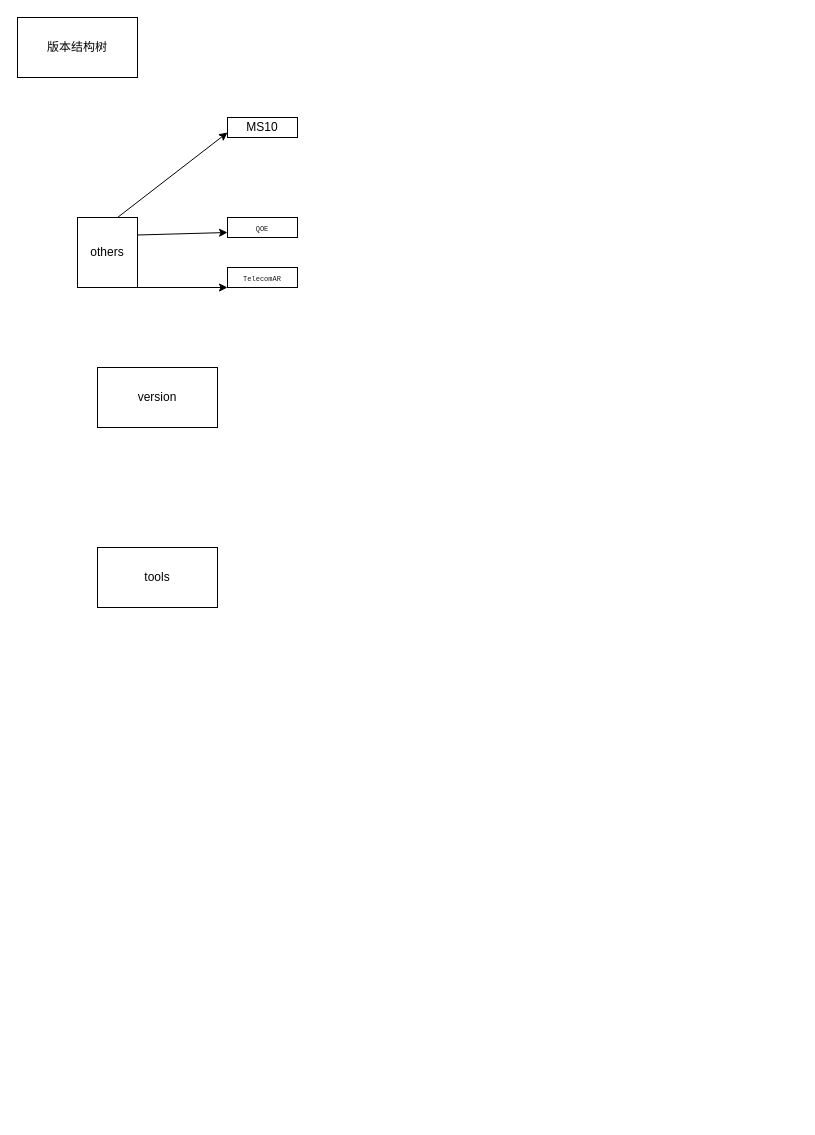
This is Untitled Diagram.drawio from xiaoyuanwu123/notes, a draw.io file, before an edit. Source tidied: cells renumbered, new cells numbered last; positions are measured from the earlier drawing's top-left corner, leaving out a move shared by most shapes. Both pictures are drawn from the tidied source at 100%, with x=0, y=0 at pixel (17, 17).
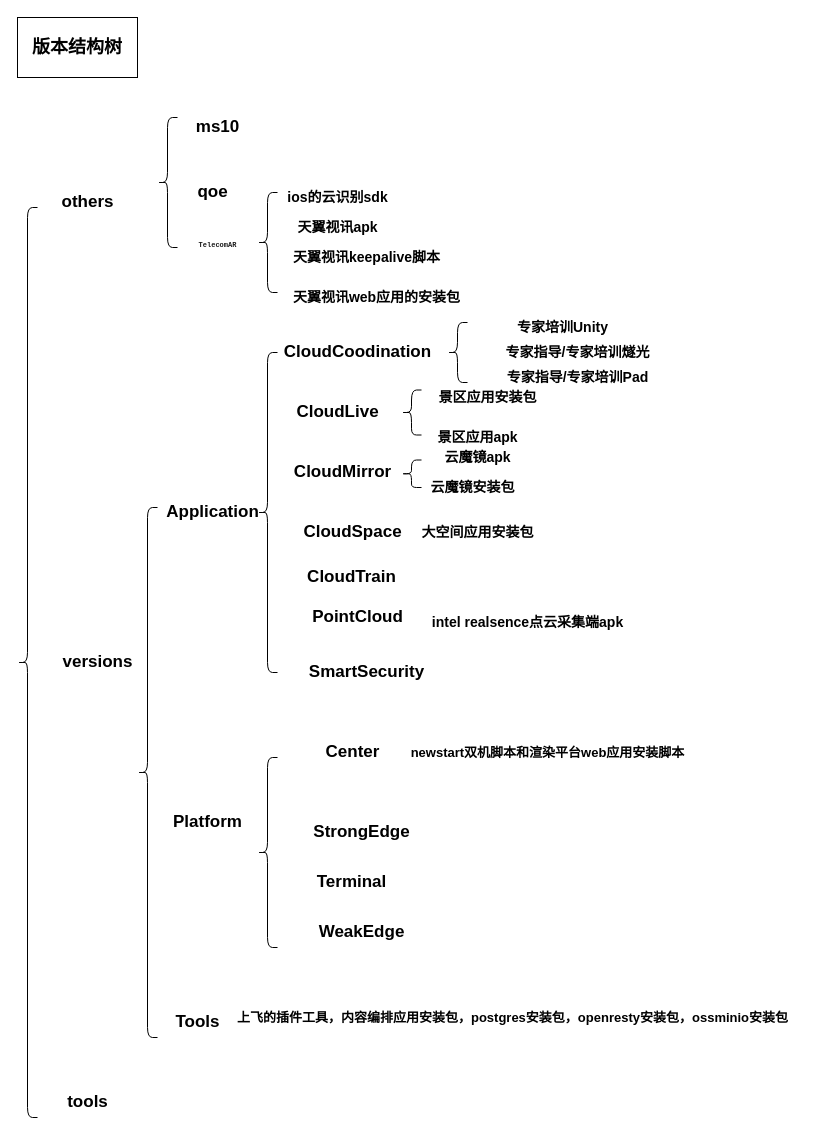
Above is the later version.

Change to the diagram source:
```diff
@@
-    <mxCell id="2" value="version" style="rounded=0;whiteSpace=wrap;html=1;" parent="1" vertex="1">
-      <mxGeometry x="80" y="350" width="120" height="60" as="geometry" />
-    </mxCell>
-    <mxCell id="3" value="版本结构树" style="rounded=0;whiteSpace=wrap;html=1;" parent="1" vertex="1">
+    <mxCell id="3" value="版本结构树" style="rounded=0;whiteSpace=wrap;html=1;fontStyle=1;fontSize=18;" parent="1" vertex="1">
       <mxGeometry width="120" height="60" as="geometry" />
     </mxCell>
+    <mxCell id="12" value="ios的云识别sdk" style="text;html=1;align=center;verticalAlign=middle;fillColor=none;strokeColor=none;rounded=0;fontStyle=1;fontSize=14;" parent="1" vertex="1">
+      <mxGeometry x="260" y="170" width="120" height="20" as="geometry" />
+    </mxCell>
+    <mxCell id="13" value="天翼视讯apk" style="text;html=1;align=center;verticalAlign=middle;fillColor=none;strokeColor=none;rounded=0;fontStyle=1;fontSize=14;" parent="1" vertex="1">
+      <mxGeometry x="270" y="200" width="100" height="20" as="geometry" />
+    </mxCell>
+    <mxCell id="14" value="天翼视讯keepalive脚本" style="text;html=1;align=center;verticalAlign=middle;fillColor=none;strokeColor=none;rounded=0;fontStyle=1;fontSize=14;" parent="1" vertex="1">
+      <mxGeometry x="269" y="230" width="160" height="20" as="geometry" />
+    </mxCell>
+    <mxCell id="15" value="天翼视讯web应用的安装包" style="text;html=1;align=center;verticalAlign=middle;fillColor=none;strokeColor=none;rounded=0;fontStyle=1;fontSize=14;" parent="1" vertex="1">
+      <mxGeometry x="269" y="270" width="180" height="20" as="geometry" />
+    </mxCell>
+    <mxCell id="16" style="shape=curlyBracket;whiteSpace=wrap;html=1;rounded=1;" parent="1" vertex="1">
+      <mxGeometry x="140" y="100" width="20" height="130" as="geometry" />
+    </mxCell>
+    <mxCell id="17" style="shape=curlyBracket;whiteSpace=wrap;html=1;rounded=1;size=0.5;" parent="1" vertex="1">
+      <mxGeometry x="240" y="175" width="20" height="100" as="geometry" />
+    </mxCell>
+    <mxCell id="18" style="shape=curlyBracket;whiteSpace=wrap;html=1;rounded=1;" parent="1" vertex="1">
+      <mxGeometry y="190" width="20" height="910" as="geometry" />
+    </mxCell>
+    <mxCell id="5" value="tools" style="text;html=1;align=center;verticalAlign=middle;fillColor=none;strokeColor=none;rounded=0;fontSize=17;fontStyle=1;" parent="1" vertex="1">
+      <mxGeometry x="40" y="1070" width="60" height="30" as="geometry" />
+    </mxCell>
+    <mxCell id="19" value="versions" style="text;html=1;align=center;verticalAlign=middle;fillColor=none;strokeColor=none;rounded=0;fontSize=17;fontStyle=1;" parent="1" vertex="1">
+      <mxGeometry x="35" y="630" width="90" height="30" as="geometry" />
+    </mxCell>
-    <mxCell id="4" value="others" style="rounded=0;whiteSpace=wrap;html=1;" parent="1" vertex="1">
-      <mxGeometry x="60" y="200" width="60" height="70" as="geometry" />
+    <mxCell id="4" value="others" style="text;html=1;align=center;verticalAlign=middle;points=[];fillColor=none;strokeColor=none;rounded=0;fontSize=17;fontStyle=1;" parent="1" vertex="1">
+      <mxGeometry x="35" y="170" width="70" height="30" as="geometry" />
     </mxCell>
-    <mxCell id="5" value="tools" style="rounded=0;whiteSpace=wrap;html=1;" parent="1" vertex="1">
-      <mxGeometry x="80" y="530" width="120" height="60" as="geometry" />
-    </mxCell>
-    <mxCell id="6" value="MS10" style="rounded=0;whiteSpace=wrap;html=1;" parent="1" vertex="1">
-      <mxGeometry x="210" y="100" width="70" height="20" as="geometry" />
-    </mxCell>
-    <mxCell id="7" value="&lt;font face=&quot;monospace&quot; color=&quot;#1a1a1a&quot;&gt;&lt;span style=&quot;font-size: 7px&quot;&gt;QOE&lt;/span&gt;&lt;/font&gt;" style="rounded=0;whiteSpace=wrap;html=1;" parent="1" vertex="1">
-      <mxGeometry x="210" y="200" width="70" height="20" as="geometry" />
-    </mxCell>
+    <mxCell id="20" value="ms10" style="text;html=1;align=center;verticalAlign=middle;fillColor=none;strokeColor=none;rounded=0;fontStyle=1;fontSize=17;" parent="1" vertex="1">
+      <mxGeometry x="170" y="95" width="60" height="30" as="geometry" />
+    </mxCell>
+    <mxCell id="21" value="qoe" style="text;html=1;align=center;verticalAlign=middle;fillColor=none;strokeColor=none;rounded=0;fontStyle=1;fontSize=17;" parent="1" vertex="1">
+      <mxGeometry x="170" y="160" width="50" height="30" as="geometry" />
+    </mxCell>
-    <mxCell id="8" value="&lt;font color=&quot;#1a1a1a&quot; face=&quot;monospace&quot;&gt;&lt;span style=&quot;font-size: 7px&quot;&gt;TelecomAR&lt;/span&gt;&lt;/font&gt;" style="rounded=0;whiteSpace=wrap;html=1;" parent="1" vertex="1">
-      <mxGeometry x="210" y="250" width="70" height="20" as="geometry" />
+    <mxCell id="8" value="&lt;span style=&quot;color: rgb(26, 26, 26); font-family: monospace; font-size: 7px;&quot;&gt;TelecomAR&lt;/span&gt;" style="text;html=1;align=center;verticalAlign=middle;points=[];fillColor=none;strokeColor=none;rounded=0;fontStyle=1;fontSize=17;" parent="1" vertex="1">
+      <mxGeometry x="160" y="210" width="80" height="30" as="geometry" />
     </mxCell>
-    <mxCell id="9" style="endArrow=classic;html=1;entryX=0;entryY=0.75;entryDx=0;entryDy=0;" parent="1" edge="1" target="6">
-      <mxGeometry relative="1" as="geometry">
-        <mxPoint x="100" y="200" as="sourcePoint" />
-      </mxGeometry>
-    </mxCell>
-    <mxCell id="10" style="endArrow=classic;html=1;entryX=0;entryY=0.75;entryDx=0;entryDy=0;exitX=1;exitY=0.25;exitDx=0;exitDy=0;" parent="1" edge="1" source="4" target="7">
-      <mxGeometry relative="1" as="geometry" />
-    </mxCell>
-    <mxCell id="11" style="endArrow=classic;html=1;exitX=1;exitY=1;exitDx=0;exitDy=0;entryX=0;entryY=1;entryDx=0;entryDy=0;" parent="1" edge="1" source="4" target="8">
-      <mxGeometry relative="1" as="geometry" />
-    </mxCell>
+    <mxCell id="22" value="Application" style="text;html=1;align=center;verticalAlign=middle;fillColor=none;strokeColor=none;rounded=0;fontStyle=1;fontSize=17;" parent="1" vertex="1">
+      <mxGeometry x="140" y="480" width="110" height="30" as="geometry" />
+    </mxCell>
+    <mxCell id="23" value="Platform" style="text;html=1;align=center;verticalAlign=middle;fillColor=none;strokeColor=none;rounded=0;fontStyle=1;fontSize=17;" parent="1" vertex="1">
+      <mxGeometry x="150" y="790" width="80" height="30" as="geometry" />
+    </mxCell>
+    <mxCell id="24" value="Tools" style="text;html=1;align=center;verticalAlign=middle;fillColor=none;strokeColor=none;rounded=0;fontStyle=1;fontSize=17;" parent="1" vertex="1">
+      <mxGeometry x="150" y="990" width="60" height="30" as="geometry" />
+    </mxCell>
+    <mxCell id="25" style="shape=curlyBracket;whiteSpace=wrap;html=1;rounded=1;fontSize=18;" parent="1" vertex="1">
+      <mxGeometry x="120" y="490" width="20" height="530" as="geometry" />
+    </mxCell>
+    <mxCell id="26" value="CloudCoodination" style="text;html=1;align=center;verticalAlign=middle;fillColor=none;strokeColor=none;rounded=0;fontStyle=1;fontSize=17;" parent="1" vertex="1">
+      <mxGeometry x="260" y="320" width="160" height="30" as="geometry" />
+    </mxCell>
+    <mxCell id="27" style="shape=curlyBracket;whiteSpace=wrap;html=1;rounded=1;fontSize=18;" parent="1" vertex="1">
+      <mxGeometry x="240" y="335" width="20" height="320" as="geometry" />
+    </mxCell>
+    <mxCell id="28" value="CloudLive" style="text;html=1;align=center;verticalAlign=middle;fillColor=none;strokeColor=none;rounded=0;fontStyle=1;fontSize=17;" parent="1" vertex="1">
+      <mxGeometry x="270" y="380" width="100" height="30" as="geometry" />
+    </mxCell>
+    <mxCell id="29" value="CloudMirror" style="text;html=1;align=center;verticalAlign=middle;fillColor=none;strokeColor=none;rounded=0;fontStyle=1;fontSize=17;" parent="1" vertex="1">
+      <mxGeometry x="270" y="440" width="110" height="30" as="geometry" />
+    </mxCell>
+    <mxCell id="30" value="CloudSpace" style="text;html=1;align=center;verticalAlign=middle;fillColor=none;strokeColor=none;rounded=0;fontStyle=1;fontSize=17;" parent="1" vertex="1">
+      <mxGeometry x="280" y="500" width="110" height="30" as="geometry" />
+    </mxCell>
+    <mxCell id="31" value="CloudTrain" style="text;html=1;align=center;verticalAlign=middle;fillColor=none;strokeColor=none;rounded=0;fontStyle=1;fontSize=17;" parent="1" vertex="1">
+      <mxGeometry x="284" y="545" width="100" height="30" as="geometry" />
+    </mxCell>
+    <mxCell id="32" value="PointCloud" style="text;html=1;align=center;verticalAlign=middle;fillColor=none;strokeColor=none;rounded=0;fontStyle=1;fontSize=17;" parent="1" vertex="1">
+      <mxGeometry x="285" y="585" width="110" height="30" as="geometry" />
+    </mxCell>
+    <mxCell id="33" value="SmartSecurity" style="text;html=1;align=center;verticalAlign=middle;fillColor=none;strokeColor=none;rounded=0;fontStyle=1;fontSize=17;" parent="1" vertex="1">
+      <mxGeometry x="284" y="640" width="130" height="30" as="geometry" />
+    </mxCell>
+    <mxCell id="34" value="专家培训Unity" style="text;html=1;align=center;verticalAlign=middle;fillColor=none;strokeColor=none;rounded=0;fontStyle=1;fontSize=14;" parent="1" vertex="1">
+      <mxGeometry x="490" y="300" width="110" height="20" as="geometry" />
+    </mxCell>
+    <mxCell id="35" style="shape=curlyBracket;whiteSpace=wrap;html=1;rounded=1;fontSize=18;size=0.5;" parent="1" vertex="1">
+      <mxGeometry x="430" y="305" width="20" height="60" as="geometry" />
+    </mxCell>
+    <mxCell id="36" value="专家指导/专家培训燧光" style="text;html=1;align=center;verticalAlign=middle;fillColor=none;strokeColor=none;rounded=0;fontStyle=1;fontSize=14;" parent="1" vertex="1">
+      <mxGeometry x="480" y="325" width="160" height="20" as="geometry" />
+    </mxCell>
+    <mxCell id="37" value="专家指导/专家培训Pad" style="text;html=1;align=center;verticalAlign=middle;fillColor=none;strokeColor=none;rounded=0;fontStyle=1;fontSize=14;" parent="1" vertex="1">
+      <mxGeometry x="480" y="350" width="160" height="20" as="geometry" />
+    </mxCell>
+    <mxCell id="38" style="shape=curlyBracket;whiteSpace=wrap;html=1;rounded=1;fontSize=18;size=0.5;" parent="1" vertex="1">
+      <mxGeometry x="384" y="372.5" width="20" height="45" as="geometry" />
+    </mxCell>
+    <mxCell id="39" value="景区应用安装包" style="text;html=1;align=center;verticalAlign=middle;fillColor=none;strokeColor=none;rounded=0;fontStyle=1;fontSize=14;" parent="1" vertex="1">
+      <mxGeometry x="415" y="370" width="110" height="20" as="geometry" />
+    </mxCell>
+    <mxCell id="40" value="景区应用apk" style="text;html=1;align=center;verticalAlign=middle;fillColor=none;strokeColor=none;rounded=0;fontStyle=1;fontSize=14;" parent="1" vertex="1">
+      <mxGeometry x="410" y="410" width="100" height="20" as="geometry" />
+    </mxCell>
+    <mxCell id="41" style="shape=curlyBracket;whiteSpace=wrap;html=1;rounded=1;fontSize=18;size=0.5;" parent="1" vertex="1">
+      <mxGeometry x="384" y="442.5" width="20" height="27.5" as="geometry" />
+    </mxCell>
+    <mxCell id="42" value="云魔镜apk" style="text;html=1;align=center;verticalAlign=middle;fillColor=none;strokeColor=none;rounded=0;fontStyle=1;fontSize=14;" parent="1" vertex="1">
+      <mxGeometry x="420" y="430" width="80" height="20" as="geometry" />
+    </mxCell>
+    <mxCell id="43" value="云魔镜安装包" style="text;html=1;align=center;verticalAlign=middle;fillColor=none;strokeColor=none;rounded=0;fontStyle=1;fontSize=14;" parent="1" vertex="1">
+      <mxGeometry x="405" y="460" width="100" height="20" as="geometry" />
+    </mxCell>
+    <mxCell id="44" value="大空间应用安装包" style="text;html=1;align=center;verticalAlign=middle;fillColor=none;strokeColor=none;rounded=0;fontStyle=1;fontSize=14;" parent="1" vertex="1">
+      <mxGeometry x="395" y="505" width="130" height="20" as="geometry" />
+    </mxCell>
+    <mxCell id="45" value="intel realsence点云采集端apk" style="text;html=1;align=center;verticalAlign=middle;fillColor=none;strokeColor=none;rounded=0;fontStyle=1;fontSize=14;" parent="1" vertex="1">
+      <mxGeometry x="405" y="595" width="210" height="20" as="geometry" />
+    </mxCell>
+    <mxCell id="46" style="shape=curlyBracket;whiteSpace=wrap;html=1;rounded=1;fontSize=14;" parent="1" vertex="1">
+      <mxGeometry x="240" y="740" width="20" height="190" as="geometry" />
+    </mxCell>
+    <mxCell id="47" value="Center" style="text;html=1;align=center;verticalAlign=middle;fillColor=none;strokeColor=none;rounded=0;fontStyle=1;fontSize=17;" parent="1" vertex="1">
+      <mxGeometry x="300" y="720" width="70" height="30" as="geometry" />
+    </mxCell>
+    <mxCell id="48" value="StrongEdge" style="text;html=1;align=center;verticalAlign=middle;fillColor=none;strokeColor=none;rounded=0;fontStyle=1;fontSize=17;" parent="1" vertex="1">
+      <mxGeometry x="289" y="800" width="110" height="30" as="geometry" />
+    </mxCell>
+    <mxCell id="49" value="Terminal" style="text;html=1;align=center;verticalAlign=middle;fillColor=none;strokeColor=none;rounded=0;fontStyle=1;fontSize=17;" parent="1" vertex="1">
+      <mxGeometry x="289" y="850" width="90" height="30" as="geometry" />
+    </mxCell>
+    <mxCell id="50" value="WeakEdge" style="text;html=1;align=center;verticalAlign=middle;fillColor=none;strokeColor=none;rounded=0;fontStyle=1;fontSize=17;" parent="1" vertex="1">
+      <mxGeometry x="294" y="900" width="100" height="30" as="geometry" />
+    </mxCell>
+    <mxCell id="51" value="上飞的插件工具，内容编排应用安装包，postgres安装包，openresty安装包，ossminio安装包" style="text;html=1;align=center;verticalAlign=middle;fillColor=none;strokeColor=none;rounded=0;fontStyle=1;fontSize=13;" parent="1" vertex="1">
+      <mxGeometry x="210" y="990" width="570" height="20" as="geometry" />
+    </mxCell>
+    <mxCell id="52" value="newstart双机脚本和渲染平台web应用安装脚本" style="text;html=1;align=center;verticalAlign=middle;fillColor=none;strokeColor=none;rounded=0;fontStyle=1;fontSize=13;" parent="1" vertex="1">
+      <mxGeometry x="385" y="725" width="290" height="20" as="geometry" />
+    </mxCell>
```
